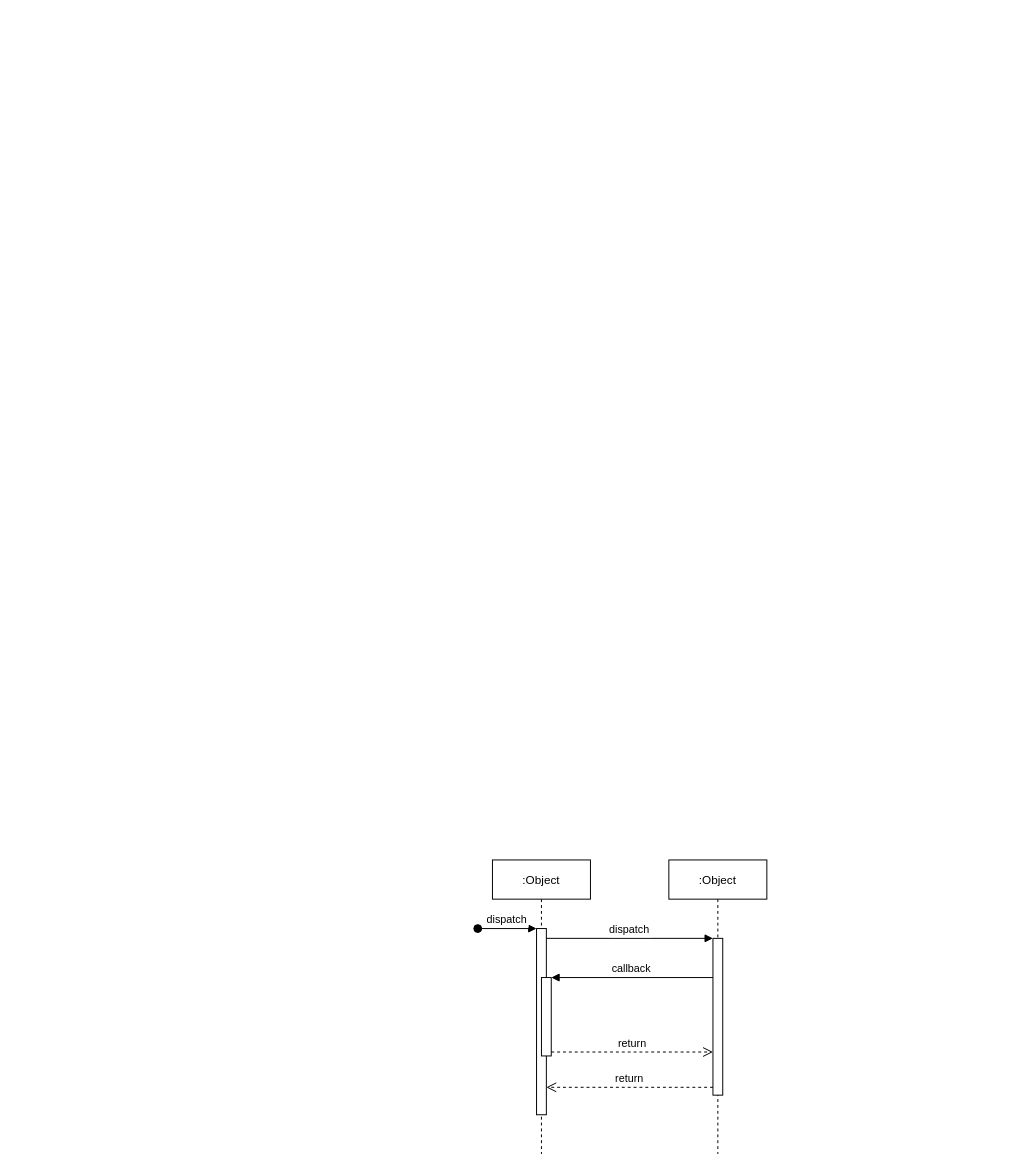
Before: Untitled Diagram.drawio in lzjpython/draw, a draw.io diagram. Source tidied: cells renumbered, new cells numbered last; positions are measured from the earlier drawing's top-left corner, leaving out a move shared by most shapes. Both pictures are drawn from the tidied source at 98%, with x=0, y=0 at pixel (477, 859).
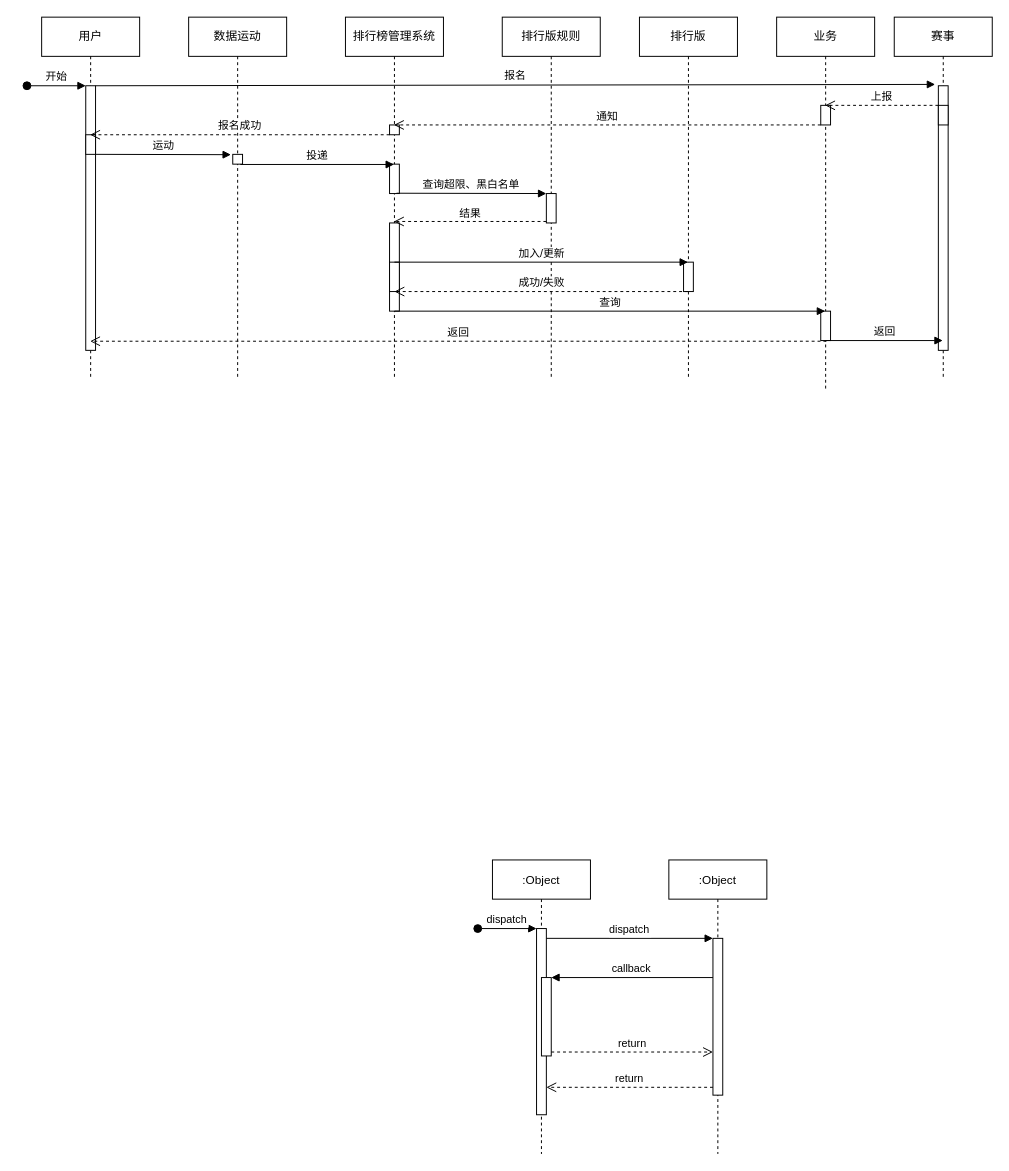
Above is the later version.

The edit, as a diff of the source:
```diff
@@
+    <mxCell id="12" value="用户" style="shape=umlLifeline;perimeter=lifelinePerimeter;whiteSpace=wrap;html=1;outlineConnect=0;" parent="1" vertex="1">
+      <mxGeometry x="-445" y="-860" width="100" height="370" as="geometry" />
+    </mxCell>
+    <mxCell id="13" style="html=1;points=[];perimeter=orthogonalPerimeter;" parent="12" vertex="1">
+      <mxGeometry x="45" y="70" width="10" height="270" as="geometry" />
+    </mxCell>
+    <mxCell id="14" style="html=1;points=[];perimeter=orthogonalPerimeter;" parent="12" vertex="1">
+      <mxGeometry x="45" y="120" width="10" height="20" as="geometry" />
+    </mxCell>
+    <mxCell id="15" value="开始" style="html=1;verticalAlign=bottom;startArrow=oval;startFill=1;endArrow=block;startSize=8;rounded=0;" parent="12" edge="1">
+      <mxGeometry relative="1" as="geometry">
+        <mxPoint x="-15" y="70" as="sourcePoint" />
+        <mxPoint x="45" y="70" as="targetPoint" />
+      </mxGeometry>
+    </mxCell>
+    <mxCell id="16" value="数据运动" style="shape=umlLifeline;perimeter=lifelinePerimeter;whiteSpace=wrap;html=1;" parent="1" vertex="1">
+      <mxGeometry x="-295" y="-860" width="100" height="370" as="geometry" />
+    </mxCell>
+    <mxCell id="17" style="html=1;points=[];perimeter=orthogonalPerimeter;" parent="16" vertex="1">
+      <mxGeometry x="45" y="140" width="10" height="10" as="geometry" />
+    </mxCell>
+    <mxCell id="18" value="排行榜管理系统" style="shape=umlLifeline;perimeter=lifelinePerimeter;whiteSpace=wrap;html=1;outlineConnect=0;" parent="1" vertex="1">
+      <mxGeometry x="-135" y="-860" width="100" height="370" as="geometry" />
+    </mxCell>
+    <mxCell id="19" style="html=1;perimeter=orthogonalPerimeter;" parent="18" vertex="1">
+      <mxGeometry x="45" y="110" width="10" height="10" as="geometry" />
+    </mxCell>
+    <mxCell id="20" style="html=1;points=[];perimeter=orthogonalPerimeter;" parent="18" vertex="1">
+      <mxGeometry x="45" y="150" width="10" height="30" as="geometry" />
+    </mxCell>
+    <mxCell id="21" value="报名成功" style="html=1;verticalAlign=bottom;endArrow=open;dashed=1;endSize=8;rounded=0;" parent="18" edge="1" target="12">
+      <mxGeometry relative="1" as="geometry">
+        <mxPoint x="45" y="120" as="sourcePoint" />
+      </mxGeometry>
+    </mxCell>
+    <mxCell id="22" style="html=1;perimeter=orthogonalPerimeter;" parent="18" vertex="1">
+      <mxGeometry x="45" y="210" width="10" height="90" as="geometry" />
+    </mxCell>
+    <mxCell id="23" style="html=1;perimeter=orthogonalPerimeter;" parent="18" vertex="1">
+      <mxGeometry x="45" y="250" width="10" height="30" as="geometry" />
+    </mxCell>
+    <mxCell id="24" value="排行版规则" style="shape=umlLifeline;perimeter=lifelinePerimeter;whiteSpace=wrap;html=1;" parent="1" vertex="1">
+      <mxGeometry x="25" y="-860" width="100" height="370" as="geometry" />
+    </mxCell>
+    <mxCell id="25" style="html=1;points=[];perimeter=orthogonalPerimeter;" parent="24" vertex="1">
+      <mxGeometry x="45" y="180" width="10" height="30" as="geometry" />
+    </mxCell>
+    <mxCell id="26" value="排行版" style="shape=umlLifeline;perimeter=lifelinePerimeter;whiteSpace=wrap;html=1;outlineConnect=0;" parent="1" vertex="1">
+      <mxGeometry x="165" y="-860" width="100" height="370" as="geometry" />
+    </mxCell>
+    <mxCell id="27" style="html=1;perimeter=orthogonalPerimeter;" parent="26" vertex="1">
+      <mxGeometry x="45" y="250" width="10" height="30" as="geometry" />
+    </mxCell>
+    <mxCell id="28" value="业务" style="shape=umlLifeline;perimeter=lifelinePerimeter;whiteSpace=wrap;html=1;outlineConnect=0;" parent="1" vertex="1">
+      <mxGeometry x="305" y="-860" width="100" height="380" as="geometry" />
+    </mxCell>
+    <mxCell id="29" style="html=1;perimeter=orthogonalPerimeter;" parent="28" vertex="1">
+      <mxGeometry x="45" y="90" width="10" height="20" as="geometry" />
+    </mxCell>
+    <mxCell id="30" value="通知" style="html=1;verticalAlign=bottom;endArrow=open;dashed=1;endSize=8;rounded=0;" parent="28" edge="1" target="18">
+      <mxGeometry relative="1" as="geometry">
+        <mxPoint x="45" y="110" as="sourcePoint" />
+      </mxGeometry>
+    </mxCell>
+    <mxCell id="31" style="html=1;points=[];perimeter=orthogonalPerimeter;" parent="28" vertex="1">
+      <mxGeometry x="45" y="300" width="10" height="30" as="geometry" />
+    </mxCell>
+    <mxCell id="32" value="报名" style="html=1;verticalAlign=bottom;endArrow=block;entryX=-0.324;entryY=-0.005;rounded=0;entryDx=0;entryDy=0;entryPerimeter=0;" parent="1" edge="1" source="13" target="34">
+      <mxGeometry relative="1" as="geometry" />
+    </mxCell>
+    <mxCell id="33" value="赛事" style="shape=umlLifeline;perimeter=lifelinePerimeter;whiteSpace=wrap;html=1;outlineConnect=0;" parent="1" vertex="1">
+      <mxGeometry x="425" y="-860" width="100" height="370" as="geometry" />
+    </mxCell>
+    <mxCell id="34" style="html=1;points=[];perimeter=orthogonalPerimeter;" parent="33" vertex="1">
+      <mxGeometry x="45" y="70" width="10" height="270" as="geometry" />
+    </mxCell>
+    <mxCell id="35" style="html=1;perimeter=orthogonalPerimeter;" parent="33" vertex="1">
+      <mxGeometry x="45" y="90" width="10" height="20" as="geometry" />
+    </mxCell>
+    <mxCell id="36" value="投递" style="html=1;verticalAlign=bottom;endArrow=block;rounded=0;exitX=0.779;exitY=1.034;exitDx=0;exitDy=0;exitPerimeter=0;" parent="1" edge="1" source="17" target="18">
+      <mxGeometry relative="1" as="geometry" />
+    </mxCell>
+    <mxCell id="37" value="运动" style="html=1;verticalAlign=bottom;endArrow=block;rounded=0;entryX=-0.186;entryY=0.034;entryDx=0;entryDy=0;entryPerimeter=0;" parent="1" edge="1" source="14" target="17">
+      <mxGeometry relative="1" as="geometry" />
+    </mxCell>
+    <mxCell id="38" value="查询超限、黑白名单" style="html=1;verticalAlign=bottom;endArrow=block;entryX=0;entryY=0;rounded=0;exitX=0.71;exitY=0.989;exitDx=0;exitDy=0;exitPerimeter=0;" parent="1" edge="1" source="20" target="25">
+      <mxGeometry relative="1" as="geometry" />
+    </mxCell>
+    <mxCell id="39" value="结果" style="html=1;verticalAlign=bottom;endArrow=open;dashed=1;endSize=8;exitX=0;exitY=0.95;rounded=0;" parent="1" edge="1" source="25" target="18">
+      <mxGeometry relative="1" as="geometry" />
+    </mxCell>
+    <mxCell id="40" value="上报" style="html=1;verticalAlign=bottom;endArrow=open;dashed=1;endSize=8;rounded=0;" parent="1" edge="1" target="28">
+      <mxGeometry relative="1" as="geometry">
+        <mxPoint x="470" y="-770" as="sourcePoint" />
+      </mxGeometry>
+    </mxCell>
+    <mxCell id="41" value="加入/更新" style="html=1;verticalAlign=bottom;endArrow=block;rounded=0;" parent="1" edge="1" target="26">
+      <mxGeometry relative="1" as="geometry">
+        <mxPoint x="-85" y="-610" as="sourcePoint" />
+      </mxGeometry>
+    </mxCell>
+    <mxCell id="42" value="成功/失败" style="html=1;verticalAlign=bottom;endArrow=open;dashed=1;endSize=8;rounded=0;" parent="1" edge="1" source="26">
+      <mxGeometry relative="1" as="geometry">
+        <mxPoint x="-85" y="-580" as="targetPoint" />
+      </mxGeometry>
+    </mxCell>
+    <mxCell id="43" value="返回" style="html=1;verticalAlign=bottom;endArrow=open;dashed=1;endSize=8;rounded=0;exitX=0.572;exitY=1.023;exitDx=0;exitDy=0;exitPerimeter=0;" parent="1" edge="1" source="31" target="12">
+      <mxGeometry relative="1" as="geometry" />
+    </mxCell>
+    <mxCell id="44" value="返回" style="html=1;verticalAlign=bottom;endArrow=block;rounded=0;" parent="1" edge="1" target="33">
+      <mxGeometry relative="1" as="geometry">
+        <mxPoint x="355" y="-530" as="sourcePoint" />
+      </mxGeometry>
+    </mxCell>
+    <mxCell id="45" value="查询" style="html=1;verticalAlign=bottom;endArrow=block;rounded=0;" parent="1" edge="1" target="28">
+      <mxGeometry relative="1" as="geometry">
+        <mxPoint x="-85" y="-560" as="sourcePoint" />
+      </mxGeometry>
+    </mxCell>
```
